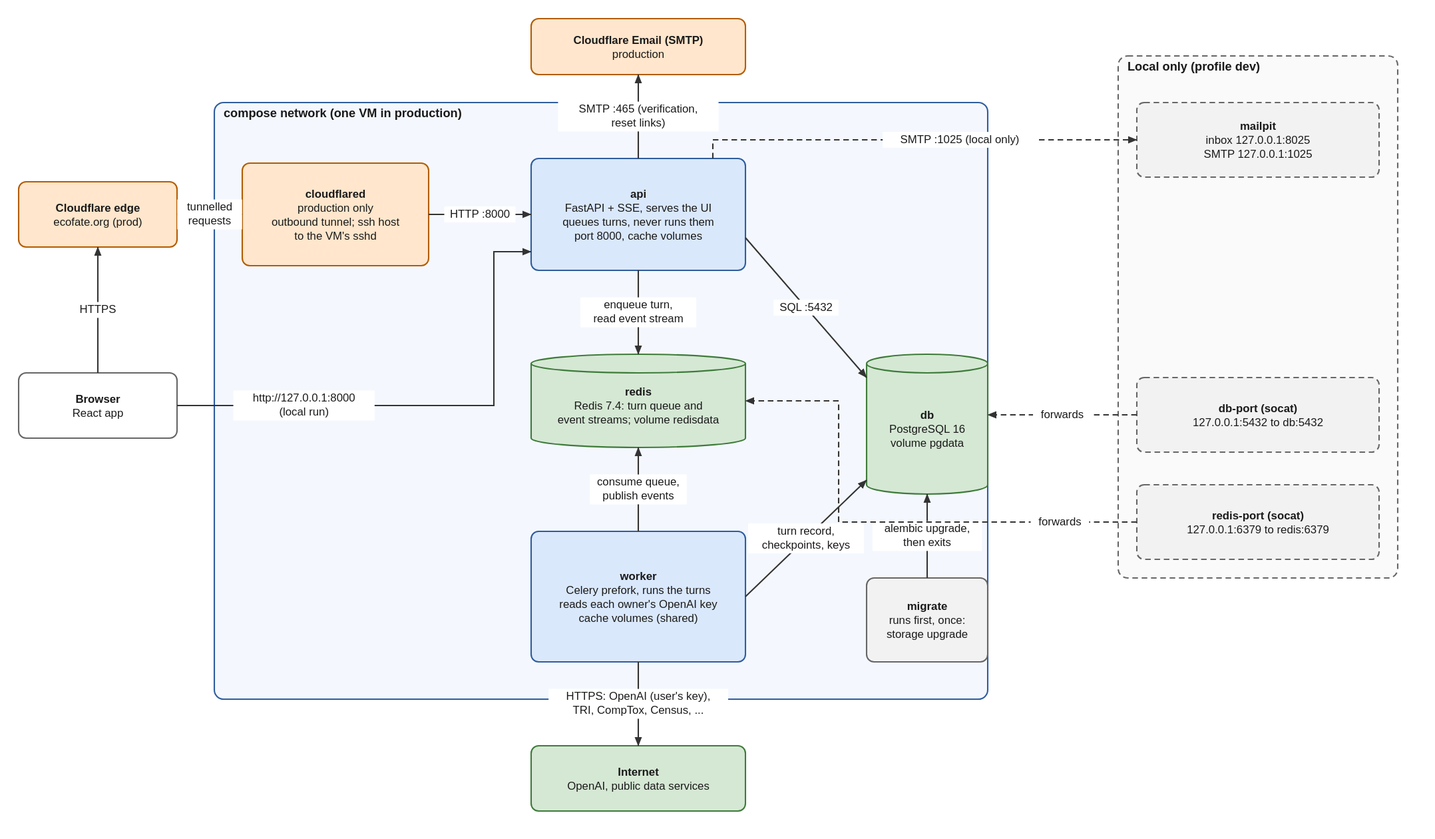
The draw.io diagram docs/diagrams/containers.drawio.svg in jodhernandezbe/EcoFate, before a commit. Source tidied: cells renumbered, new cells last; positions are measured from the earlier drawing's top-left corner, leaving out a move shared by most shapes.
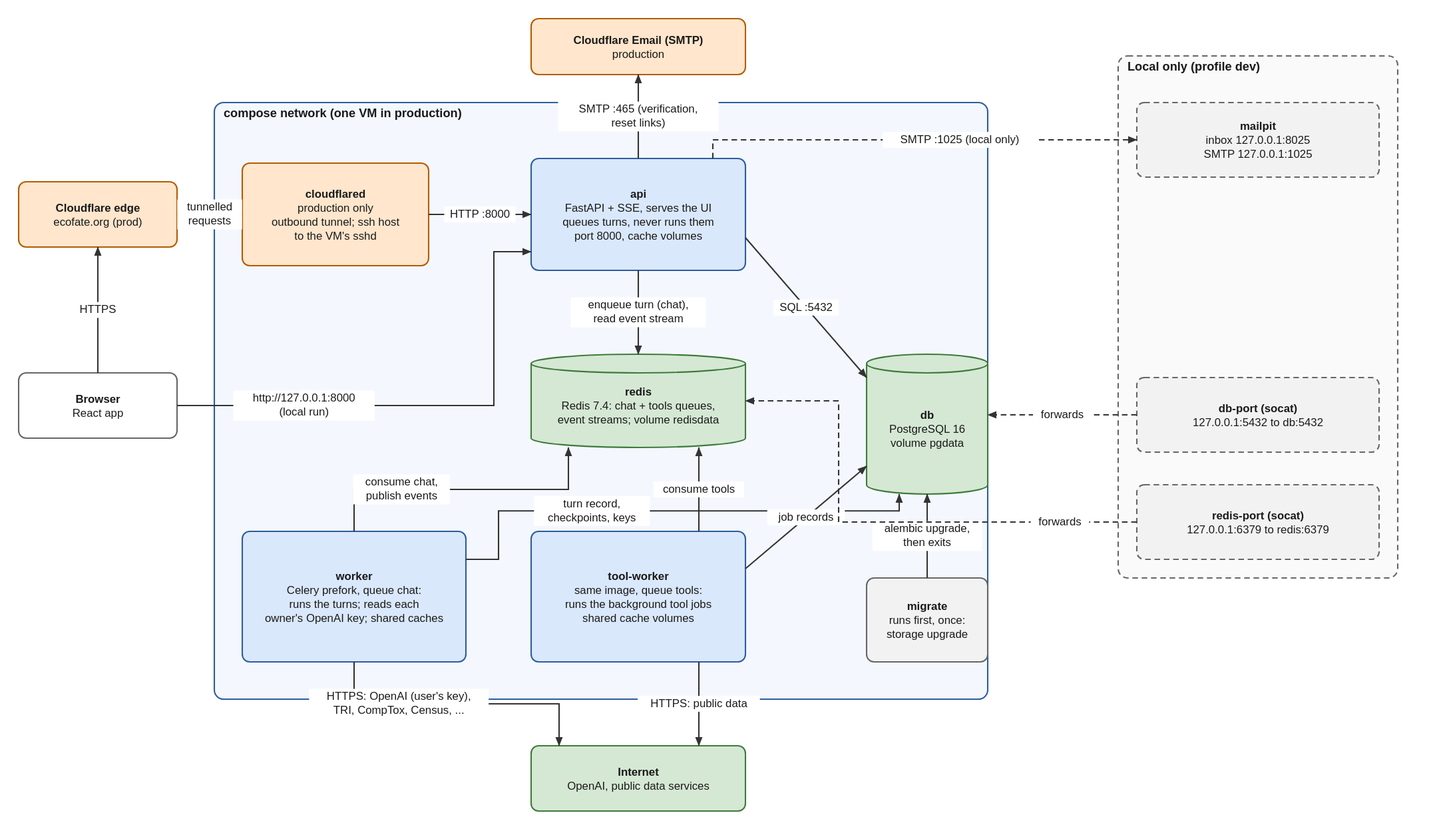
Later version of the same file.

The edit, as a diff of the source:
```diff
@@ -20,12 +20,15 @@
     <mxCell id="7" value="&lt;b&gt;api&lt;/b&gt;&lt;br&gt;FastAPI + SSE, serves the UI&lt;br&gt;queues turns, never runs them&lt;br&gt;port 8000, cache volumes" style="rounded=1;absoluteArcSize=1;arcSize=10;html=1;whiteSpace=wrap;fontFamily=Helvetica;fontSize=12;fontColor=#1a1a1a;strokeWidth=1.5;fillColor=#DAE8FC;strokeColor=#2F5D9E;align=center;verticalAlign=middle;spacing=4;" parent="1" vertex="1">
       <mxGeometry x="550" y="150" width="230" height="120" as="geometry" />
     </mxCell>
-    <mxCell id="8" value="&lt;b&gt;redis&lt;/b&gt;&lt;br&gt;Redis 7.4: turn queue and&lt;br&gt;event streams; volume redisdata" style="shape=cylinder3;boundedLbl=1;backgroundOutline=1;size=10;html=1;whiteSpace=wrap;fontFamily=Helvetica;fontSize=12;fontColor=#1a1a1a;strokeWidth=1.5;fillColor=#D5E8D4;strokeColor=#3E7B3A;align=center;verticalAlign=middle;spacing=4;" parent="1" vertex="1">
+    <mxCell id="8" value="&lt;b&gt;redis&lt;/b&gt;&lt;br&gt;Redis 7.4: chat + tools queues,&lt;br&gt;event streams; volume redisdata" style="shape=cylinder3;boundedLbl=1;backgroundOutline=1;size=10;html=1;whiteSpace=wrap;fontFamily=Helvetica;fontSize=12;fontColor=#1a1a1a;strokeWidth=1.5;fillColor=#D5E8D4;strokeColor=#3E7B3A;align=center;verticalAlign=middle;spacing=4;" parent="1" vertex="1">
       <mxGeometry x="550" y="360" width="230" height="100" as="geometry" />
     </mxCell>
-    <mxCell id="9" value="&lt;b&gt;worker&lt;/b&gt;&lt;br&gt;Celery prefork, runs the turns&lt;br&gt;reads each owner's OpenAI key&lt;br&gt;cache volumes (shared)" style="rounded=1;absoluteArcSize=1;arcSize=10;html=1;whiteSpace=wrap;fontFamily=Helvetica;fontSize=12;fontColor=#1a1a1a;strokeWidth=1.5;fillColor=#DAE8FC;strokeColor=#2F5D9E;align=center;verticalAlign=middle;spacing=4;" parent="1" vertex="1">
-      <mxGeometry x="550" y="550" width="230" height="140" as="geometry" />
+    <mxCell id="9" value="&lt;b&gt;worker&lt;/b&gt;&lt;br&gt;Celery prefork, queue chat:&lt;br&gt;runs the turns; reads each&lt;br&gt;owner's OpenAI key; shared caches" style="rounded=1;absoluteArcSize=1;arcSize=10;html=1;whiteSpace=wrap;fontFamily=Helvetica;fontSize=12;fontColor=#1a1a1a;strokeWidth=1.5;fillColor=#DAE8FC;strokeColor=#2F5D9E;align=center;verticalAlign=middle;spacing=4;" parent="1" vertex="1">
+      <mxGeometry x="240" y="550" width="240" height="140" as="geometry" />
     </mxCell>
+    <mxCell id="31" value="&lt;b&gt;tool-worker&lt;/b&gt;&lt;br&gt;same image, queue tools:&lt;br&gt;runs the background tool jobs&lt;br&gt;shared cache volumes" style="rounded=1;absoluteArcSize=1;arcSize=10;html=1;whiteSpace=wrap;fontFamily=Helvetica;fontSize=12;fontColor=#1a1a1a;strokeWidth=1.5;fillColor=#DAE8FC;strokeColor=#2F5D9E;align=center;verticalAlign=middle;spacing=4;" parent="1" vertex="1">
+      <mxGeometry x="550" y="550" width="230" height="140" as="geometry" />
+    </mxCell>
     <mxCell id="10" value="&lt;b&gt;db&lt;/b&gt;&lt;br&gt;PostgreSQL 16&lt;br&gt;volume pgdata" style="shape=cylinder3;boundedLbl=1;backgroundOutline=1;size=10;html=1;whiteSpace=wrap;fontFamily=Helvetica;fontSize=12;fontColor=#1a1a1a;strokeWidth=1.5;fillColor=#D5E8D4;strokeColor=#3E7B3A;align=center;verticalAlign=middle;spacing=4;" parent="1" vertex="1">
       <mxGeometry x="910" y="360" width="130" height="150" as="geometry" />
     </mxCell>
@@ -77,31 +80,56 @@
     <mxCell id="23" value="SQL :5432" style="html=1;rounded=0;endArrow=block;endFill=1;strokeWidth=1.5;strokeColor=#333333;fontFamily=Helvetica;fontSize=12;fontColor=#1a1a1a;labelBackgroundColor=#ffffff;exitX=1.0000;exitY=0.7083;exitDx=0;exitDy=0;exitPerimeter=0;entryX=0.0000;entryY=0.1667;entryDx=0;entryDy=0;entryPerimeter=0;" parent="1" edge="1" source="7" target="10">
       <mxGeometry relative="1" as="geometry" />
     </mxCell>
-    <mxCell id="24" value="enqueue turn,&lt;br&gt;read event stream" style="html=1;rounded=0;endArrow=block;endFill=1;strokeWidth=1.5;strokeColor=#333333;fontFamily=Helvetica;fontSize=12;fontColor=#1a1a1a;labelBackgroundColor=#ffffff;exitX=0.5000;exitY=1.0000;exitDx=0;exitDy=0;exitPerimeter=0;entryX=0.5000;entryY=0.0000;entryDx=0;entryDy=0;entryPerimeter=0;" parent="1" edge="1" source="7" target="8">
+    <mxCell id="24" value="enqueue turn (chat),&lt;br&gt;read event stream" style="html=1;rounded=0;endArrow=block;endFill=1;strokeWidth=1.5;strokeColor=#333333;fontFamily=Helvetica;fontSize=12;fontColor=#1a1a1a;labelBackgroundColor=#ffffff;exitX=0.5000;exitY=1.0000;exitDx=0;exitDy=0;exitPerimeter=0;entryX=0.5000;entryY=0.0000;entryDx=0;entryDy=0;entryPerimeter=0;" parent="1" edge="1" source="7" target="8">
       <mxGeometry relative="1" as="geometry" />
     </mxCell>
-    <mxCell id="25" value="consume queue,&lt;br&gt;publish events" style="html=1;rounded=0;endArrow=block;endFill=1;strokeWidth=1.5;strokeColor=#333333;fontFamily=Helvetica;fontSize=12;fontColor=#1a1a1a;labelBackgroundColor=#ffffff;exitX=0.5000;exitY=0.0000;exitDx=0;exitDy=0;exitPerimeter=0;entryX=0.5000;entryY=1.0000;entryDx=0;entryDy=0;entryPerimeter=0;" parent="1" edge="1" source="9" target="8">
-      <mxGeometry relative="1" as="geometry" />
+    <mxCell id="25" value="consume chat,&lt;br&gt;publish events" style="html=1;rounded=0;endArrow=block;endFill=1;strokeWidth=1.5;strokeColor=#333333;fontFamily=Helvetica;fontSize=12;fontColor=#1a1a1a;labelBackgroundColor=#ffffff;exitX=0.5000;exitY=0.0000;exitDx=0;exitDy=0;exitPerimeter=0;entryX=0.1739;entryY=1.0000;entryDx=0;entryDy=0;entryPerimeter=0;" parent="1" edge="1" source="9" target="8">
+      <mxGeometry x="-0.4" relative="1" as="geometry">
+        <Array as="points">
+          <mxPoint x="360" y="505" />
+          <mxPoint x="590" y="505" />
+        </Array>
+      </mxGeometry>
     </mxCell>
-    <mxCell id="26" value="turn record,&lt;br&gt;checkpoints, keys" style="html=1;rounded=0;endArrow=block;endFill=1;strokeWidth=1.5;strokeColor=#333333;fontFamily=Helvetica;fontSize=12;fontColor=#1a1a1a;labelBackgroundColor=#ffffff;exitX=1.0000;exitY=0.5000;exitDx=0;exitDy=0;exitPerimeter=0;entryX=0.0000;entryY=0.9000;entryDx=0;entryDy=0;entryPerimeter=0;" parent="1" edge="1" source="9" target="10">
+    <mxCell id="26" value="consume tools" style="html=1;rounded=0;endArrow=block;endFill=1;strokeWidth=1.5;strokeColor=#333333;fontFamily=Helvetica;fontSize=12;fontColor=#1a1a1a;labelBackgroundColor=#ffffff;exitX=0.7826;exitY=0.0000;exitDx=0;exitDy=0;exitPerimeter=0;entryX=0.7826;entryY=1.0000;entryDx=0;entryDy=0;entryPerimeter=0;" parent="1" edge="1" source="31" target="8">
       <mxGeometry relative="1" as="geometry" />
     </mxCell>
-    <mxCell id="27" value="alembic upgrade,&lt;br&gt;then exits" style="html=1;rounded=0;endArrow=block;endFill=1;strokeWidth=1.5;strokeColor=#333333;fontFamily=Helvetica;fontSize=12;fontColor=#1a1a1a;labelBackgroundColor=#ffffff;exitX=0.5000;exitY=0.0000;exitDx=0;exitDy=0;exitPerimeter=0;entryX=0.5000;entryY=1.0000;entryDx=0;entryDy=0;entryPerimeter=0;" parent="1" edge="1" source="11" target="10">
-      <mxGeometry relative="1" as="geometry" />
+    <mxCell id="27" value="turn record,&lt;br&gt;checkpoints, keys" style="html=1;rounded=0;endArrow=block;endFill=1;strokeWidth=1.5;strokeColor=#333333;fontFamily=Helvetica;fontSize=12;fontColor=#1a1a1a;labelBackgroundColor=#ffffff;exitX=1.0000;exitY=0.2143;exitDx=0;exitDy=0;exitPerimeter=0;entryX=0.2692;entryY=1.0000;entryDx=0;entryDy=0;entryPerimeter=0;" parent="1" edge="1" source="9" target="10">
+      <mxGeometry x="-0.3" relative="1" as="geometry">
+        <Array as="points">
+          <mxPoint x="515" y="580" />
+          <mxPoint x="515" y="528" />
+          <mxPoint x="945" y="528" />
+        </Array>
+      </mxGeometry>
     </mxCell>
-    <mxCell id="28" value="forwards" style="html=1;rounded=0;endArrow=block;endFill=1;strokeWidth=1.5;strokeColor=#333333;fontFamily=Helvetica;fontSize=12;fontColor=#1a1a1a;labelBackgroundColor=#ffffff;dashed=1;dashPattern=6 4;exitX=0.0000;exitY=0.5000;exitDx=0;exitDy=0;exitPerimeter=0;entryX=1.0000;entryY=0.4333;entryDx=0;entryDy=0;entryPerimeter=0;" parent="1" edge="1" source="14" target="10">
+    <mxCell id="28" value="job records" style="html=1;rounded=0;endArrow=block;endFill=1;strokeWidth=1.5;strokeColor=#333333;fontFamily=Helvetica;fontSize=12;fontColor=#1a1a1a;labelBackgroundColor=#ffffff;exitX=1.0000;exitY=0.2857;exitDx=0;exitDy=0;exitPerimeter=0;entryX=0.0000;entryY=0.8000;entryDx=0;entryDy=0;entryPerimeter=0;" parent="1" edge="1" source="31" target="10">
       <mxGeometry relative="1" as="geometry" />
     </mxCell>
-    <mxCell id="29" value="forwards" style="html=1;rounded=0;endArrow=block;endFill=1;strokeWidth=1.5;strokeColor=#333333;fontFamily=Helvetica;fontSize=12;fontColor=#1a1a1a;labelBackgroundColor=#ffffff;dashed=1;dashPattern=6 4;exitX=0.0000;exitY=0.5000;exitDx=0;exitDy=0;exitPerimeter=0;entryX=1.0000;entryY=0.5000;entryDx=0;entryDy=0;entryPerimeter=0;" parent="1" edge="1" source="15" target="8">
-      <mxGeometry x="-0.7" relative="1" as="geometry">
-        <Array as="points">
-          <mxPoint x="880" y="540" />
-          <mxPoint x="880" y="410" />
-        </Array>
-      </mxGeometry>
+    <mxCell id="29" value="alembic upgrade,&lt;br&gt;then exits" style="html=1;rounded=0;endArrow=block;endFill=1;strokeWidth=1.5;strokeColor=#333333;fontFamily=Helvetica;fontSize=12;fontColor=#1a1a1a;labelBackgroundColor=#ffffff;exitX=0.5000;exitY=0.0000;exitDx=0;exitDy=0;exitPerimeter=0;entryX=0.5000;entryY=1.0000;entryDx=0;entryDy=0;entryPerimeter=0;" parent="1" edge="1" source="11" target="10">
+      <mxGeometry relative="1" as="geometry" />
     </mxCell>
-    <mxCell id="30" value="HTTPS: OpenAI (user's key),&lt;br&gt;TRI, CompTox, Census, ..." style="html=1;rounded=0;endArrow=block;endFill=1;strokeWidth=1.5;strokeColor=#333333;fontFamily=Helvetica;fontSize=12;fontColor=#1a1a1a;labelBackgroundColor=#ffffff;exitX=0.5000;exitY=1.0000;exitDx=0;exitDy=0;exitPerimeter=0;entryX=0.5000;entryY=0.0000;entryDx=0;entryDy=0;entryPerimeter=0;" parent="1" edge="1" source="9" target="16">
+    <mxCell id="30" value="forwards" style="html=1;rounded=0;endArrow=block;endFill=1;strokeWidth=1.5;strokeColor=#333333;fontFamily=Helvetica;fontSize=12;fontColor=#1a1a1a;labelBackgroundColor=#ffffff;dashed=1;dashPattern=6 4;exitX=0.0000;exitY=0.5000;exitDx=0;exitDy=0;exitPerimeter=0;entryX=1.0000;entryY=0.4333;entryDx=0;entryDy=0;entryPerimeter=0;" parent="1" edge="1" source="14" target="10">
       <mxGeometry relative="1" as="geometry" />
     </mxCell>
+    <mxCell id="32" value="forwards" style="html=1;rounded=0;endArrow=block;endFill=1;strokeWidth=1.5;strokeColor=#333333;fontFamily=Helvetica;fontSize=12;fontColor=#1a1a1a;labelBackgroundColor=#ffffff;dashed=1;dashPattern=6 4;exitX=0.0000;exitY=0.5000;exitDx=0;exitDy=0;exitPerimeter=0;entryX=1.0000;entryY=0.5000;entryDx=0;entryDy=0;entryPerimeter=0;" parent="1" edge="1" source="15" target="8">
+      <mxGeometry x="-0.7" relative="1" as="geometry">
+        <Array as="points">
+          <mxPoint x="880" y="540" />
+          <mxPoint x="880" y="410" />
+        </Array>
+      </mxGeometry>
+    </mxCell>
+    <mxCell id="33" value="HTTPS: OpenAI (user's key),&lt;br&gt;TRI, CompTox, Census, ..." style="html=1;rounded=0;endArrow=block;endFill=1;strokeWidth=1.5;strokeColor=#333333;fontFamily=Helvetica;fontSize=12;fontColor=#1a1a1a;labelBackgroundColor=#ffffff;exitX=0.5000;exitY=1.0000;exitDx=0;exitDy=0;exitPerimeter=0;entryX=0.1304;entryY=0.0000;entryDx=0;entryDy=0;entryPerimeter=0;" parent="1" edge="1" source="9" target="16">
+      <mxGeometry x="-0.4" relative="1" as="geometry">
+        <Array as="points">
+          <mxPoint x="360" y="735" />
+          <mxPoint x="580" y="735" />
+        </Array>
+      </mxGeometry>
+    </mxCell>
+    <mxCell id="34" value="HTTPS: public data" style="html=1;rounded=0;endArrow=block;endFill=1;strokeWidth=1.5;strokeColor=#333333;fontFamily=Helvetica;fontSize=12;fontColor=#1a1a1a;labelBackgroundColor=#ffffff;exitX=0.7826;exitY=1.0000;exitDx=0;exitDy=0;exitPerimeter=0;entryX=0.7826;entryY=0.0000;entryDx=0;entryDy=0;entryPerimeter=0;" parent="1" edge="1" source="31" target="16">
+      <mxGeometry relative="1" as="geometry" />
+    </mxCell>
   </root>
 </mxGraphModel>
```
